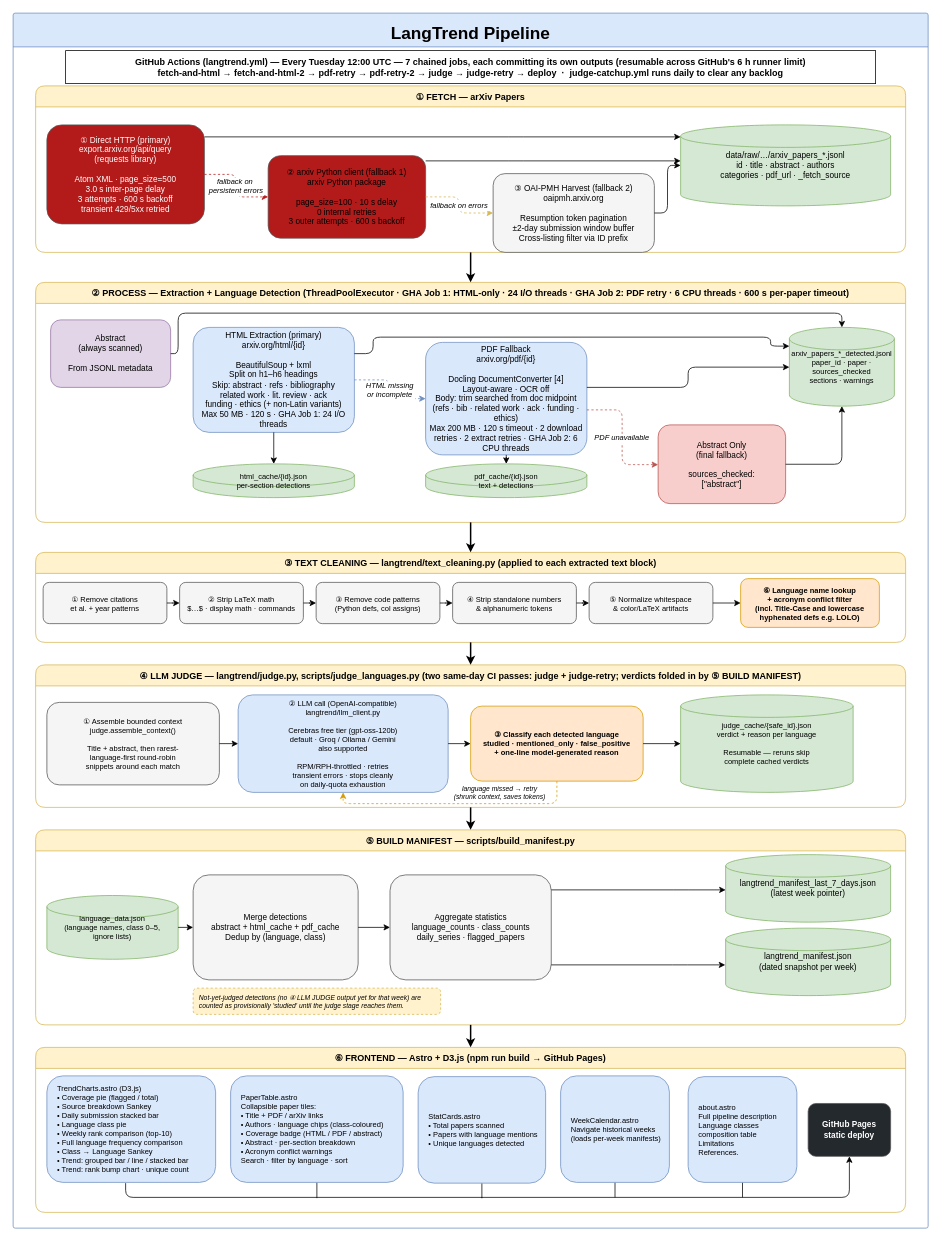
Before: docs/diagrams/langtrend_pipeline.drawio in kavindu-w/langtrend, a draw.io diagram. Source tidied: cells renumbered, new cells numbered last; positions are measured from the earlier drawing's top-left corner, leaving out a move shared by most shapes. Both pictures are drawn from the tidied source at 75%, with x=0, y=0 at pixel (13, 13).
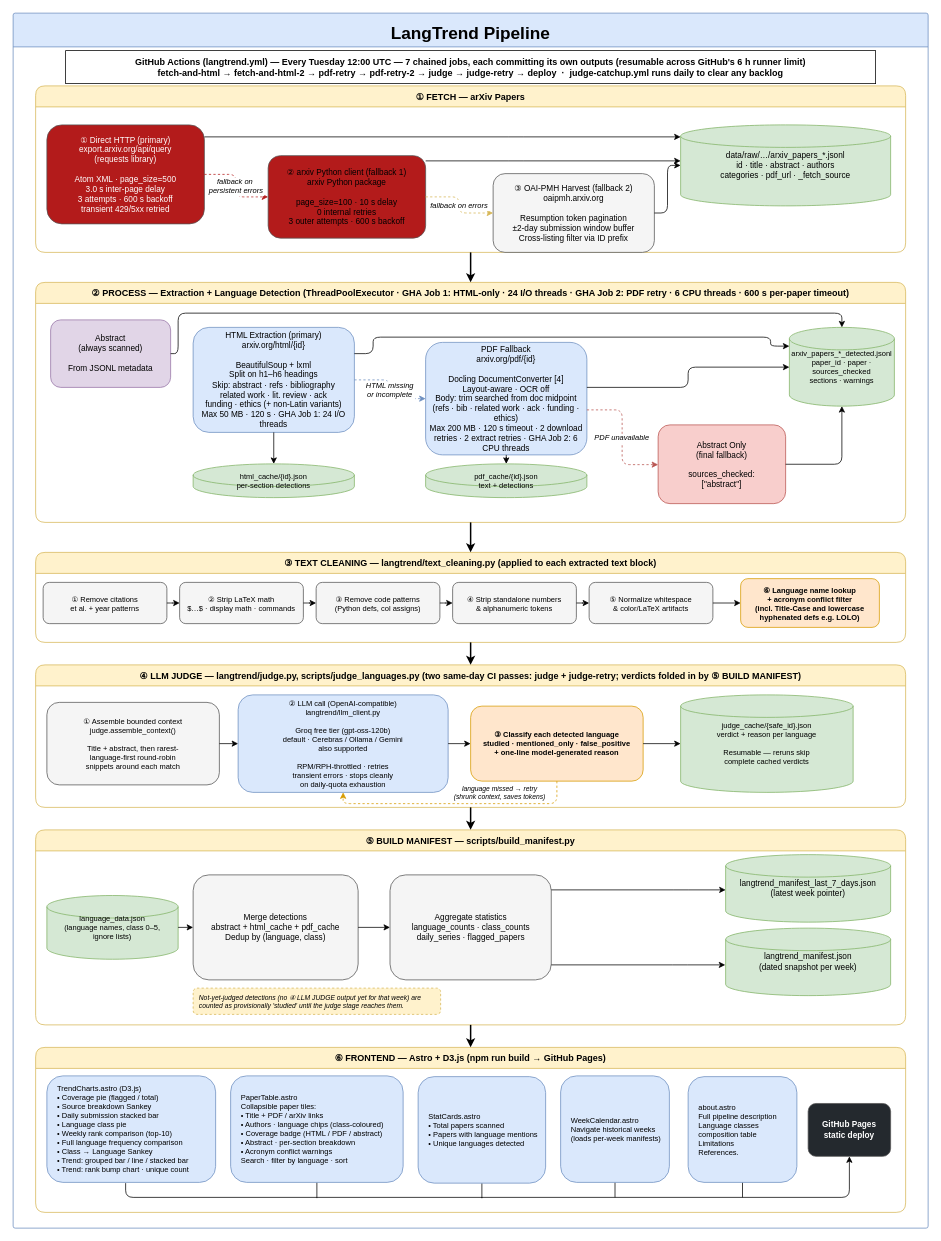
The same diagram, later.

Commit message (it also covers changes not shown here):
docs: update groq default, rm backfill notice

Unchanged cells that the change refers to:
```xml
<mxCell id="41" value="④ LLM JUDGE — langtrend/judge.py, scripts/judge_languages.py  (two same-day CI passes: judge + judge-retry; verdicts folded in by ⑤ BUILD MANIFEST)" style="swimlane;startSize=28;fillColor=#fff2cc;strokeColor=#d6b656;fontSize=12;fontStyle=1;rounded=1;" parent="2" vertex="1">
  <mxGeometry x="30" y="869" width="1160" height="190" as="geometry" />
</mxCell>
```

The edit, as a diff of the source:
```diff
@@
-    <mxCell id="43" value="② LLM call (OpenAI-compatible)&#10;langtrend/llm_client.py&#10;&#10;Cerebras free tier (gpt-oss-120b)&#10;default · Groq / Ollama / Gemini&#10;also supported&#10;&#10;RPM/RPH-throttled · retries&#10;transient errors · stops cleanly&#10;on daily-quota exhaustion" style="rounded=1;whiteSpace=wrap;fillColor=#dae8fc;strokeColor=#6c8ebf;fontSize=10;" parent="41" vertex="1">
+    <mxCell id="43" value="② LLM call (OpenAI-compatible)&#10;langtrend/llm_client.py&#10;&#10;Groq free tier (gpt-oss-120b)&#10;default · Cerebras / Ollama / Gemini&#10;also supported&#10;&#10;RPM/RPH-throttled · retries&#10;transient errors · stops cleanly&#10;on daily-quota exhaustion" style="rounded=1;whiteSpace=wrap;fillColor=#dae8fc;strokeColor=#6c8ebf;fontSize=10;" parent="41" vertex="1">
       <mxGeometry x="270" y="40" width="280" height="130" as="geometry" />
     </mxCell>
```
